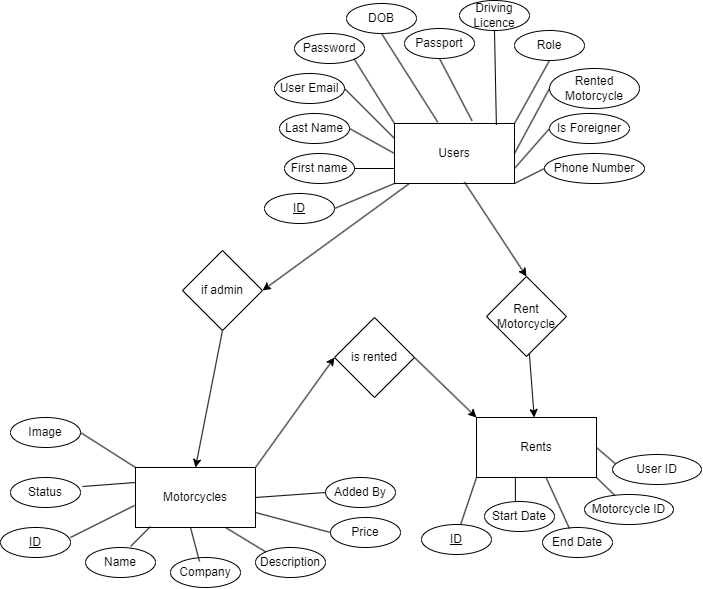
abhijit-the-ghost/moto-rental-frontend keeps this draw.io diagram as drawio/erdiagram.drawio.png. Above is the earlier version. Source tidied: cells renumbered, new cells last; positions are measured from the earlier drawing's top-left corner, leaving out a move shared by most shapes.
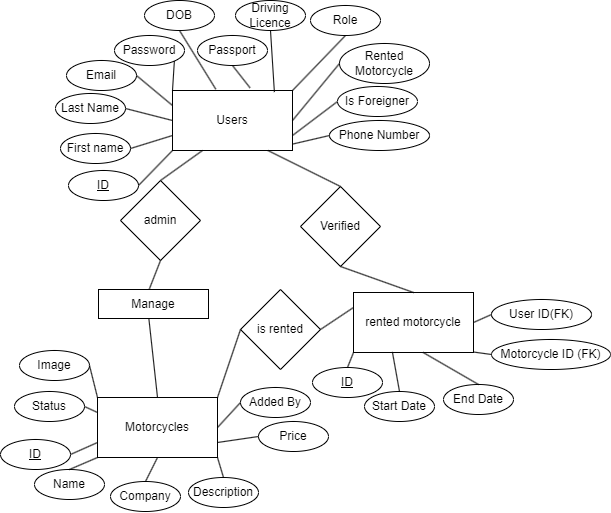
The same file after the commit.

The edit, as a diff of the source:
```diff
@@ -2,61 +2,55 @@
   <root>
     <mxCell id="0" />
     <mxCell id="1" parent="0" />
-    <mxCell id="2" value="if admin" style="rhombus;whiteSpace=wrap;html=1;" parent="1" vertex="1">
-      <mxGeometry x="182" y="250" width="80" height="80" as="geometry" />
+    <mxCell id="2" value="admin" style="rhombus;whiteSpace=wrap;html=1;" parent="1" vertex="1">
+      <mxGeometry x="180" y="171" width="80" height="80" as="geometry" />
     </mxCell>
     <mxCell id="3" value="Users" style="rounded=0;whiteSpace=wrap;html=1;" parent="1" vertex="1">
-      <mxGeometry x="394" y="123" width="120" height="60" as="geometry" />
+      <mxGeometry x="232" y="81" width="120" height="60" as="geometry" />
     </mxCell>
     <mxCell id="4" value="Motorcycles" style="rounded=0;whiteSpace=wrap;html=1;" parent="1" vertex="1">
-      <mxGeometry x="135" y="467" width="120" height="60" as="geometry" />
+      <mxGeometry x="157" y="388" width="120" height="60" as="geometry" />
     </mxCell>
     <mxCell id="5" value="&lt;u&gt;ID&lt;/u&gt;" style="ellipse;whiteSpace=wrap;html=1;" parent="1" vertex="1">
-      <mxGeometry y="527" width="70" height="30" as="geometry" />
+      <mxGeometry x="60" y="430" width="70" height="30" as="geometry" />
     </mxCell>
     <mxCell id="6" value="Name" style="ellipse;whiteSpace=wrap;html=1;" parent="1" vertex="1">
-      <mxGeometry x="85" y="547" width="70" height="30" as="geometry" />
+      <mxGeometry x="94" y="460" width="70" height="30" as="geometry" />
     </mxCell>
     <mxCell id="7" value="Company" style="ellipse;whiteSpace=wrap;html=1;" parent="1" vertex="1">
-      <mxGeometry x="170" y="557" width="70" height="30" as="geometry" />
+      <mxGeometry x="170" y="472" width="70" height="30" as="geometry" />
     </mxCell>
     <mxCell id="8" value="Description" style="ellipse;whiteSpace=wrap;html=1;" parent="1" vertex="1">
-      <mxGeometry x="255" y="547" width="70" height="30" as="geometry" />
+      <mxGeometry x="248" y="468" width="70" height="30" as="geometry" />
     </mxCell>
     <mxCell id="9" value="Price" style="ellipse;whiteSpace=wrap;html=1;" parent="1" vertex="1">
-      <mxGeometry x="330" y="517" width="70" height="30" as="geometry" />
+      <mxGeometry x="318" y="412" width="70" height="30" as="geometry" />
     </mxCell>
     <mxCell id="10" value="&lt;span style=&quot;color: rgb(0, 0, 0);&quot;&gt;Status&lt;/span&gt;" style="ellipse;whiteSpace=wrap;html=1;" parent="1" vertex="1">
-      <mxGeometry x="10" y="477" width="70" height="30" as="geometry" />
+      <mxGeometry x="74" y="382" width="70" height="30" as="geometry" />
     </mxCell>
     <mxCell id="11" value="Added By" style="ellipse;whiteSpace=wrap;html=1;" parent="1" vertex="1">
-      <mxGeometry x="325" y="477" width="70" height="30" as="geometry" />
+      <mxGeometry x="300" y="378" width="70" height="30" as="geometry" />
     </mxCell>
     <mxCell id="12" value="Image" style="ellipse;whiteSpace=wrap;html=1;" parent="1" vertex="1">
-      <mxGeometry x="10" y="417" width="70" height="30" as="geometry" />
+      <mxGeometry x="79" y="341" width="70" height="30" as="geometry" />
     </mxCell>
     <mxCell id="13" style="endArrow=none;html=1;exitX=1;exitY=0.5;exitDx=0;exitDy=0;entryX=0;entryY=0;entryDx=0;entryDy=0;" parent="1" edge="1" source="12" target="4">
       <mxGeometry relative="1" as="geometry" />
     </mxCell>
-    <mxCell id="14" style="endArrow=none;html=1;exitX=1.029;exitY=0.3;exitDx=0;exitDy=0;entryX=0;entryY=0.25;entryDx=0;entryDy=0;exitPerimeter=0;" parent="1" edge="1" source="10" target="4">
+    <mxCell id="14" style="endArrow=none;html=1;exitX=1;exitY=0.5;exitDx=0;exitDy=0;entryX=0;entryY=0.25;entryDx=0;entryDy=0;" parent="1" edge="1" source="10" target="4">
       <mxGeometry relative="1" as="geometry" />
     </mxCell>
-    <mxCell id="15" style="endArrow=none;html=1;entryX=-0.008;entryY=0.633;entryDx=0;entryDy=0;entryPerimeter=0;" parent="1" edge="1" target="4">
-      <mxGeometry relative="1" as="geometry">
-        <mxPoint x="70" y="537" as="sourcePoint" />
-      </mxGeometry>
+    <mxCell id="15" style="endArrow=none;html=1;entryX=0;entryY=0.75;entryDx=0;entryDy=0;exitX=1;exitY=0.5;exitDx=0;exitDy=0;" parent="1" edge="1" source="5" target="4">
+      <mxGeometry relative="1" as="geometry" />
     </mxCell>
-    <mxCell id="16" style="endArrow=none;html=1;entryX=0.125;entryY=0.983;entryDx=0;entryDy=0;entryPerimeter=0;" parent="1" edge="1" target="4">
-      <mxGeometry relative="1" as="geometry">
-        <mxPoint x="130" y="546" as="sourcePoint" />
-      </mxGeometry>
+    <mxCell id="16" style="endArrow=none;html=1;entryX=0;entryY=1;entryDx=0;entryDy=0;exitX=0.5;exitY=0;exitDx=0;exitDy=0;" parent="1" edge="1" source="6" target="4">
+      <mxGeometry relative="1" as="geometry" />
     </mxCell>
-    <mxCell id="17" style="endArrow=none;html=1;exitX=0.414;exitY=0.133;exitDx=0;exitDy=0;exitPerimeter=0;" parent="1" edge="1" source="7">
-      <mxGeometry relative="1" as="geometry">
-        <mxPoint x="190" y="527" as="targetPoint" />
-      </mxGeometry>
+    <mxCell id="17" style="endArrow=none;html=1;exitX=0.5;exitY=0;exitDx=0;exitDy=0;entryX=0.5;entryY=1;entryDx=0;entryDy=0;" parent="1" edge="1" source="7" target="4">
+      <mxGeometry relative="1" as="geometry" />
     </mxCell>
-    <mxCell id="18" style="endArrow=none;html=1;exitX=0;exitY=0;exitDx=0;exitDy=0;entryX=0.75;entryY=1;entryDx=0;entryDy=0;" parent="1" edge="1" source="8" target="4">
+    <mxCell id="18" style="endArrow=none;html=1;exitX=0.5;exitY=0;exitDx=0;exitDy=0;entryX=1;entryY=1;entryDx=0;entryDy=0;" parent="1" edge="1" source="8" target="4">
       <mxGeometry relative="1" as="geometry" />
     </mxCell>
     <mxCell id="19" style="endArrow=none;html=1;exitX=1;exitY=0.75;exitDx=0;exitDy=0;entryX=0;entryY=0.5;entryDx=0;entryDy=0;" parent="1" edge="1" source="4" target="9">
@@ -66,42 +60,42 @@
       <mxGeometry relative="1" as="geometry" />
     </mxCell>
     <mxCell id="21" value="&lt;u&gt;ID&lt;/u&gt;" style="ellipse;whiteSpace=wrap;html=1;" parent="1" vertex="1">
-      <mxGeometry x="264" y="193" width="70" height="30" as="geometry" />
+      <mxGeometry x="128" y="161" width="70" height="30" as="geometry" />
     </mxCell>
     <mxCell id="22" value="Last Name" style="ellipse;whiteSpace=wrap;html=1;" parent="1" vertex="1">
-      <mxGeometry x="279" y="113" width="70" height="30" as="geometry" />
+      <mxGeometry x="115" y="84" width="70" height="30" as="geometry" />
     </mxCell>
     <mxCell id="23" value="First name" style="ellipse;whiteSpace=wrap;html=1;" parent="1" vertex="1">
-      <mxGeometry x="284" y="153" width="70" height="30" as="geometry" />
+      <mxGeometry x="120" y="124" width="70" height="30" as="geometry" />
     </mxCell>
-    <mxCell id="24" value="User Email" style="ellipse;whiteSpace=wrap;html=1;" parent="1" vertex="1">
-      <mxGeometry x="274" y="73" width="70" height="30" as="geometry" />
+    <mxCell id="24" value="Email" style="ellipse;whiteSpace=wrap;html=1;" parent="1" vertex="1">
+      <mxGeometry x="126" y="51" width="70" height="30" as="geometry" />
     </mxCell>
     <mxCell id="25" value="Password" style="ellipse;whiteSpace=wrap;html=1;" parent="1" vertex="1">
-      <mxGeometry x="294" y="33" width="70" height="30" as="geometry" />
+      <mxGeometry x="174" y="26" width="70" height="30" as="geometry" />
     </mxCell>
     <mxCell id="26" value="DOB" style="ellipse;whiteSpace=wrap;html=1;" parent="1" vertex="1">
-      <mxGeometry x="346" y="3" width="70" height="30" as="geometry" />
+      <mxGeometry x="204" y="-9" width="70" height="30" as="geometry" />
     </mxCell>
     <mxCell id="27" value="Phone Number" style="ellipse;whiteSpace=wrap;html=1;" parent="1" vertex="1">
-      <mxGeometry x="544" y="153" width="100" height="30" as="geometry" />
+      <mxGeometry x="389" y="111" width="100" height="30" as="geometry" />
     </mxCell>
     <mxCell id="28" value="Passport" style="ellipse;whiteSpace=wrap;html=1;" parent="1" vertex="1">
-      <mxGeometry x="404" y="28" width="70" height="30" as="geometry" />
+      <mxGeometry x="257" y="26" width="70" height="30" as="geometry" />
     </mxCell>
     <mxCell id="29" value="Driving Licence" style="ellipse;whiteSpace=wrap;html=1;" parent="1" vertex="1">
-      <mxGeometry x="459" width="70" height="30" as="geometry" />
+      <mxGeometry x="295" y="-9" width="70" height="30" as="geometry" />
     </mxCell>
     <mxCell id="30" value="Role" style="ellipse;whiteSpace=wrap;html=1;" parent="1" vertex="1">
-      <mxGeometry x="514" y="30" width="70" height="30" as="geometry" />
+      <mxGeometry x="370" y="-4" width="70" height="30" as="geometry" />
     </mxCell>
     <mxCell id="31" value="Rented Motorcycle" style="ellipse;whiteSpace=wrap;html=1;" parent="1" vertex="1">
-      <mxGeometry x="549" y="68" width="90" height="40" as="geometry" />
+      <mxGeometry x="399" y="34" width="90" height="40" as="geometry" />
     </mxCell>
     <mxCell id="32" value="Is Foreigner" style="ellipse;whiteSpace=wrap;html=1;" parent="1" vertex="1">
-      <mxGeometry x="549" y="113" width="80" height="30" as="geometry" />
+      <mxGeometry x="397" y="77" width="80" height="30" as="geometry" />
     </mxCell>
-    <mxCell id="33" style="endArrow=none;html=1;entryX=0;entryY=0.5;entryDx=0;entryDy=0;exitX=1;exitY=1;exitDx=0;exitDy=0;" parent="1" edge="1" source="3" target="27">
+    <mxCell id="33" style="endArrow=none;html=1;entryX=0;entryY=0.5;entryDx=0;entryDy=0;exitX=1.005;exitY=0.891;exitDx=0;exitDy=0;exitPerimeter=0;" parent="1" edge="1" source="3" target="27">
       <mxGeometry relative="1" as="geometry" />
     </mxCell>
     <mxCell id="34" style="endArrow=none;html=1;exitX=0;exitY=0.5;exitDx=0;exitDy=0;entryX=1;entryY=0.75;entryDx=0;entryDy=0;" parent="1" edge="1" source="32" target="3">
@@ -137,65 +131,67 @@
     <mxCell id="44" style="endArrow=none;html=1;entryX=1;entryY=0.5;entryDx=0;entryDy=0;exitX=0;exitY=0.75;exitDx=0;exitDy=0;" parent="1" edge="1" source="3" target="23">
       <mxGeometry relative="1" as="geometry" />
     </mxCell>
-    <mxCell id="45" style="edgeStyle=none;html=1;" parent="1" edge="1" source="46" target="49">
-      <mxGeometry relative="1" as="geometry" />
-    </mxCell>
-    <mxCell id="46" value="Rent Motorcycle" style="rhombus;whiteSpace=wrap;html=1;" parent="1" vertex="1">
-      <mxGeometry x="486" y="276" width="80" height="80" as="geometry" />
+    <mxCell id="46" value="Verified" style="rhombus;whiteSpace=wrap;html=1;" parent="1" vertex="1">
+      <mxGeometry x="360" y="177" width="80" height="80" as="geometry" />
     </mxCell>
-    <mxCell id="47" style="endArrow=classic;html=1;entryX=1;entryY=0.5;entryDx=0;entryDy=0;exitX=0.123;exitY=1.002;exitDx=0;exitDy=0;exitPerimeter=0;" parent="1" edge="1" source="3" target="2">
-      <mxGeometry relative="1" as="geometry" />
-    </mxCell>
-    <mxCell id="48" style="endArrow=classic;html=1;entryX=0.5;entryY=0;entryDx=0;entryDy=0;exitX=0.583;exitY=0.977;exitDx=0;exitDy=0;exitPerimeter=0;" parent="1" edge="1" source="3" target="46">
-      <mxGeometry relative="1" as="geometry" />
-    </mxCell>
-    <mxCell id="49" value="Rents" style="whiteSpace=wrap;html=1;" parent="1" vertex="1">
-      <mxGeometry x="476" y="417" width="120" height="60" as="geometry" />
+    <mxCell id="49" value="rented motorcycle" style="whiteSpace=wrap;html=1;" parent="1" vertex="1">
+      <mxGeometry x="413" y="283" width="120" height="60" as="geometry" />
     </mxCell>
-    <mxCell id="50" style="endArrow=none;html=1;entryX=0;entryY=1;entryDx=0;entryDy=0;exitX=0.641;exitY=0.023;exitDx=0;exitDy=0;exitPerimeter=0;" parent="1" edge="1" target="49">
-      <mxGeometry relative="1" as="geometry">
-        <mxPoint x="459.8" y="525.1" as="sourcePoint" />
-      </mxGeometry>
+    <mxCell id="50" style="endArrow=none;html=1;entryX=0;entryY=1;entryDx=0;entryDy=0;exitX=0.5;exitY=0;exitDx=0;exitDy=0;" parent="1" edge="1" source="51" target="49">
+      <mxGeometry relative="1" as="geometry" />
     </mxCell>
     <mxCell id="51" value="&lt;u&gt;ID&lt;/u&gt;" style="ellipse;whiteSpace=wrap;html=1;" parent="1" vertex="1">
-      <mxGeometry x="421" y="524" width="70" height="30" as="geometry" />
+      <mxGeometry x="372" y="358" width="70" height="30" as="geometry" />
     </mxCell>
     <mxCell id="52" value="Start Date" style="ellipse;whiteSpace=wrap;html=1;" parent="1" vertex="1">
-      <mxGeometry x="484" y="501" width="70" height="30" as="geometry" />
+      <mxGeometry x="424" y="382" width="70" height="30" as="geometry" />
     </mxCell>
     <mxCell id="53" value="End Date" style="ellipse;whiteSpace=wrap;html=1;" parent="1" vertex="1">
-      <mxGeometry x="542" y="527" width="70" height="30" as="geometry" />
+      <mxGeometry x="503" y="375" width="70" height="30" as="geometry" />
     </mxCell>
-    <mxCell id="54" style="endArrow=none;html=1;entryX=0.324;entryY=0.99;entryDx=0;entryDy=0;exitX=0.441;exitY=0.012;exitDx=0;exitDy=0;entryPerimeter=0;exitPerimeter=0;" parent="1" edge="1" source="52" target="49">
+    <mxCell id="54" style="endArrow=none;html=1;entryX=0.324;entryY=0.99;entryDx=0;entryDy=0;exitX=0.5;exitY=0;exitDx=0;exitDy=0;entryPerimeter=0;" parent="1" edge="1" source="52" target="49">
       <mxGeometry relative="1" as="geometry" />
     </mxCell>
-    <mxCell id="55" style="endArrow=none;html=1;entryX=0.579;entryY=0.998;entryDx=0;entryDy=0;entryPerimeter=0;exitX=0.386;exitY=0.039;exitDx=0;exitDy=0;exitPerimeter=0;" parent="1" edge="1" source="53" target="49">
+    <mxCell id="55" style="endArrow=none;html=1;entryX=0.579;entryY=0.998;entryDx=0;entryDy=0;entryPerimeter=0;exitX=0.5;exitY=0;exitDx=0;exitDy=0;" parent="1" edge="1" source="53" target="49">
       <mxGeometry relative="1" as="geometry" />
     </mxCell>
-    <mxCell id="56" value="Motorcycle ID" style="ellipse;whiteSpace=wrap;html=1;" parent="1" vertex="1">
-      <mxGeometry x="584" y="494" width="89" height="30" as="geometry" />
+    <mxCell id="56" value="Motorcycle ID (FK)" style="ellipse;whiteSpace=wrap;html=1;" parent="1" vertex="1">
+      <mxGeometry x="551" y="330" width="119" height="30" as="geometry" />
     </mxCell>
-    <mxCell id="57" value="User ID" style="ellipse;whiteSpace=wrap;html=1;" parent="1" vertex="1">
-      <mxGeometry x="612" y="454" width="89" height="30" as="geometry" />
+    <mxCell id="57" value="User ID(FK)" style="ellipse;whiteSpace=wrap;html=1;" parent="1" vertex="1">
+      <mxGeometry x="551" y="290" width="100" height="30" as="geometry" />
     </mxCell>
-    <mxCell id="58" style="endArrow=none;html=1;entryX=0.034;entryY=0.312;entryDx=0;entryDy=0;entryPerimeter=0;exitX=1;exitY=0.5;exitDx=0;exitDy=0;" parent="1" edge="1" source="49" target="57">
+    <mxCell id="58" style="endArrow=none;html=1;entryX=0;entryY=0.5;entryDx=0;entryDy=0;exitX=1;exitY=0.5;exitDx=0;exitDy=0;" parent="1" edge="1" source="49" target="57">
       <mxGeometry relative="1" as="geometry" />
     </mxCell>
-    <mxCell id="59" style="endArrow=none;html=1;entryX=0.336;entryY=0.018;entryDx=0;entryDy=0;entryPerimeter=0;exitX=1;exitY=0.5;exitDx=0;exitDy=0;" parent="1" edge="1" target="56">
-      <mxGeometry relative="1" as="geometry">
-        <mxPoint x="596" y="477" as="sourcePoint" />
-      </mxGeometry>
+    <mxCell id="59" style="endArrow=none;html=1;entryX=0;entryY=0.5;entryDx=0;entryDy=0;exitX=0.996;exitY=0.991;exitDx=0;exitDy=0;exitPerimeter=0;" parent="1" edge="1" source="49" target="56">
+      <mxGeometry relative="1" as="geometry" />
     </mxCell>
     <mxCell id="60" value="is rented" style="rhombus;whiteSpace=wrap;html=1;" parent="1" vertex="1">
-      <mxGeometry x="334" y="317" width="80" height="80" as="geometry" />
+      <mxGeometry x="300" y="280" width="80" height="80" as="geometry" />
     </mxCell>
-    <mxCell id="61" style="endArrow=classic;html=1;exitX=0.5;exitY=1;exitDx=0;exitDy=0;entryX=0.5;entryY=0;entryDx=0;entryDy=0;" parent="1" edge="1" source="2" target="4">
-      <mxGeometry relative="1" as="geometry" />
-    </mxCell>
+    <mxCell id="64" value="Manage" style="rounded=0;whiteSpace=wrap;html=1;" parent="1" vertex="1">
+      <mxGeometry x="158" y="280" width="110" height="29" as="geometry" />
+    </mxCell>
+    <mxCell id="65" style="endArrow=none;html=1;entryX=0.5;entryY=1;entryDx=0;entryDy=0;exitX=0.463;exitY=-0.025;exitDx=0;exitDy=0;exitPerimeter=0;" parent="1" edge="1" source="64" target="2">
+      <mxGeometry relative="1" as="geometry" />
+    </mxCell>
+    <mxCell id="66" style="endArrow=none;html=1;entryX=0.25;entryY=1;entryDx=0;entryDy=0;exitX=0.5;exitY=0;exitDx=0;exitDy=0;" parent="1" edge="1" source="2" target="3">
+      <mxGeometry relative="1" as="geometry" />
+    </mxCell>
+    <mxCell id="67" style="endArrow=none;html=1;exitX=0.5;exitY=0;exitDx=0;exitDy=0;entryX=0.458;entryY=1.007;entryDx=0;entryDy=0;entryPerimeter=0;" parent="1" edge="1" source="4" target="64">
+      <mxGeometry relative="1" as="geometry" />
+    </mxCell>
-    <mxCell id="62" style="endArrow=classic;html=1;entryX=0;entryY=0.5;entryDx=0;entryDy=0;exitX=1;exitY=0;exitDx=0;exitDy=0;" parent="1" edge="1" source="4" target="60">
+    <mxCell id="62" style="endArrow=none;html=1;entryX=0;entryY=0.5;entryDx=0;entryDy=0;exitX=1;exitY=0;exitDx=0;exitDy=0;" parent="1" edge="1" source="4" target="60">
       <mxGeometry relative="1" as="geometry" />
     </mxCell>
+    <mxCell id="68" style="endArrow=none;html=1;entryX=0.798;entryY=1.003;entryDx=0;entryDy=0;entryPerimeter=0;exitX=0.5;exitY=0;exitDx=0;exitDy=0;" parent="1" edge="1" source="46" target="3">
+      <mxGeometry relative="1" as="geometry" />
+    </mxCell>
+    <mxCell id="69" style="endArrow=none;html=1;entryX=0.5;entryY=1;entryDx=0;entryDy=0;exitX=0.5;exitY=0;exitDx=0;exitDy=0;" parent="1" edge="1" source="49" target="46">
+      <mxGeometry relative="1" as="geometry" />
+    </mxCell>
-    <mxCell id="63" style="endArrow=classic;html=1;entryX=0;entryY=0;entryDx=0;entryDy=0;exitX=1;exitY=0.5;exitDx=0;exitDy=0;" parent="1" edge="1" source="60" target="49">
+    <mxCell id="63" style="endArrow=none;html=1;exitX=1;exitY=0.5;exitDx=0;exitDy=0;entryX=0;entryY=0.25;entryDx=0;entryDy=0;" parent="1" edge="1" source="60" target="49">
       <mxGeometry relative="1" as="geometry" />
     </mxCell>
   </root>
```
